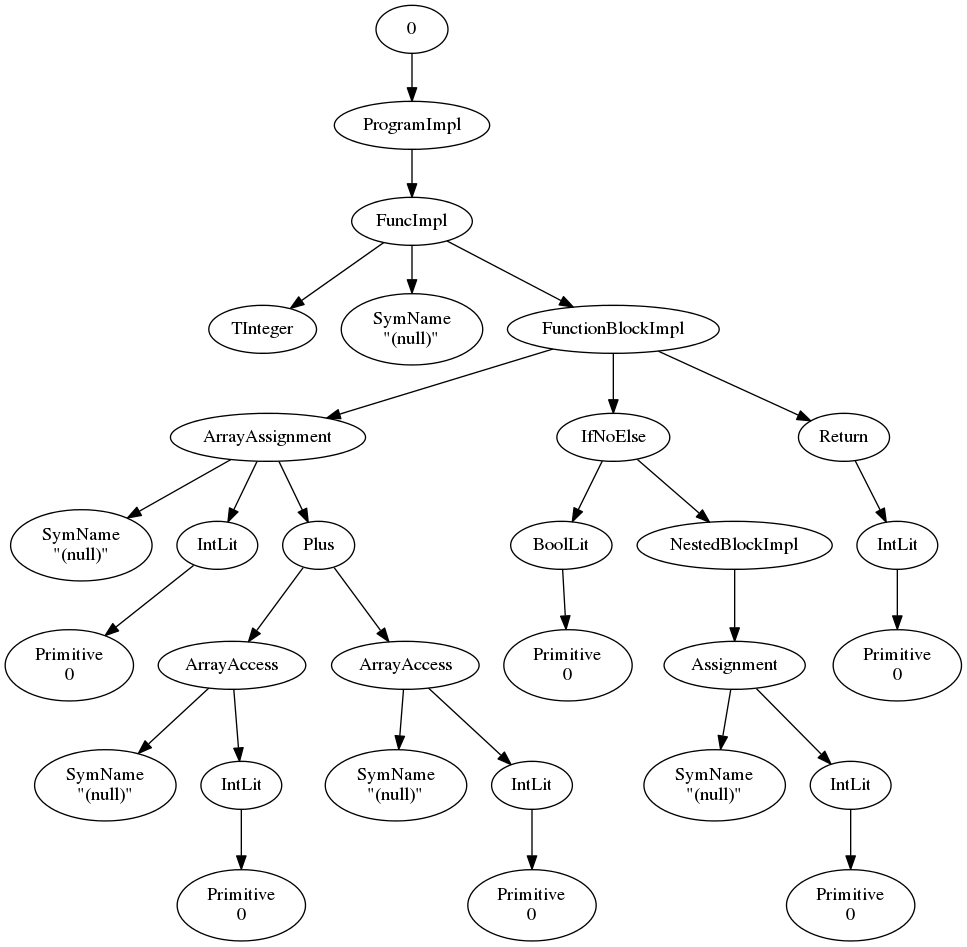
The Graphviz diagram ast/testProgram.png in drewtaylors/cs160, before a commit. Its source is kept beside it as ast/testProgram.dot.
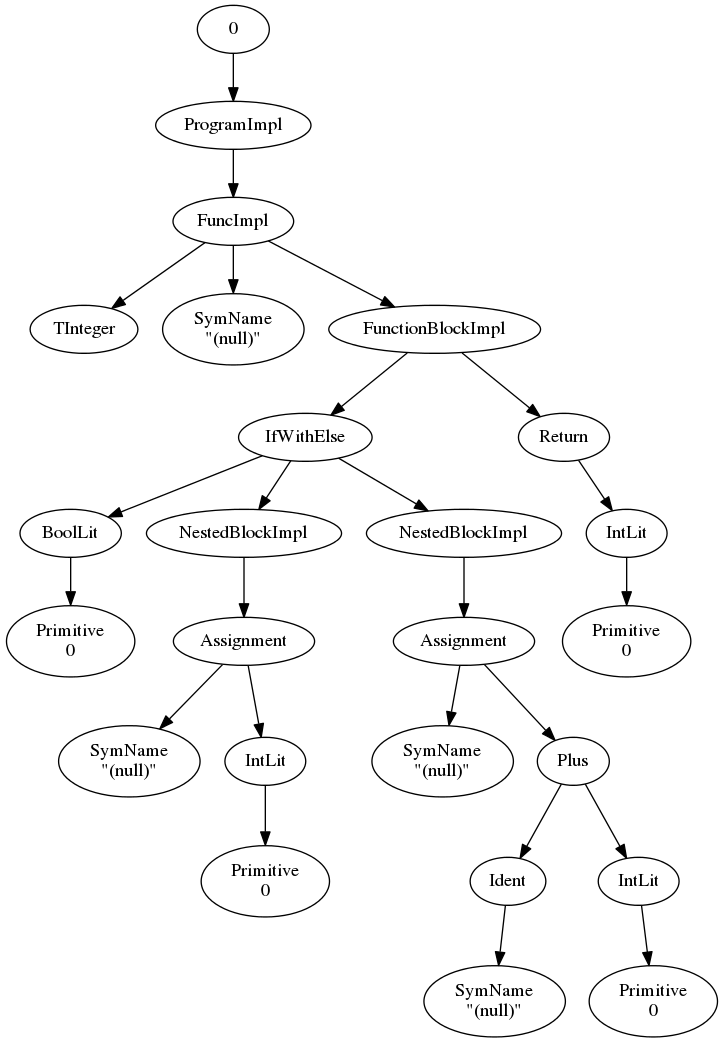
After the change.

Diff of the diagram source:
```diff
@@ -10,51 +10,41 @@
 "2" -> "5"
 "5" [label="FunctionBlockImpl"]
 "5" -> "6"
-"6" [label="ArrayAssignment"]
+"6" [label="IfWithElse"]
 "6" -> "7"
-"7" [label="SymName\n\"(null)\""]
-"6" -> "8"
-"8" [label="IntLit"]
-"8" -> "9"
-"9" [label="Primitive\n0"]
-"6" -> "10"
-"10" [label="Plus"]
+"7" [label="BoolLit"]
+"7" -> "8"
+"8" [label="Primitive\n0"]
+"6" -> "9"
+"9" [label="NestedBlockImpl"]
+"9" -> "10"
+"10" [label="Assignment"]
 "10" -> "11"
-"11" [label="ArrayAccess"]
-"11" -> "12"
-"12" [label="SymName\n\"(null)\""]
-"11" -> "13"
-"13" [label="IntLit"]
-"13" -> "14"
-"14" [label="Primitive\n0"]
-"10" -> "15"
-"15" [label="ArrayAccess"]
+"11" [label="SymName\n\"(null)\""]
+"10" -> "12"
+"12" [label="IntLit"]
+"12" -> "13"
+"13" [label="Primitive\n0"]
+"6" -> "14"
+"14" [label="NestedBlockImpl"]
+"14" -> "15"
+"15" [label="Assignment"]
 "15" -> "16"
 "16" [label="SymName\n\"(null)\""]
 "15" -> "17"
-"17" [label="IntLit"]
+"17" [label="Plus"]
 "17" -> "18"
-"18" [label="Primitive\n0"]
-"5" -> "19"
-"19" [label="IfNoElse"]
-"19" -> "20"
-"20" [label="BoolLit"]
+"18" [label="Ident"]
+"18" -> "19"
+"19" [label="SymName\n\"(null)\""]
+"17" -> "20"
+"20" [label="IntLit"]
 "20" -> "21"
 "21" [label="Primitive\n0"]
-"19" -> "22"
-"22" [label="NestedBlockImpl"]
+"5" -> "22"
+"22" [label="Return"]
 "22" -> "23"
-"23" [label="Assignment"]
+"23" [label="IntLit"]
 "23" -> "24"
-"24" [label="SymName\n\"(null)\""]
-"23" -> "25"
-"25" [label="IntLit"]
-"25" -> "26"
-"26" [label="Primitive\n0"]
-"5" -> "27"
-"27" [label="Return"]
-"27" -> "28"
-"28" [label="IntLit"]
-"28" -> "29"
-"29" [label="Primitive\n0"]
+"24" [label="Primitive\n0"]
 };
```
